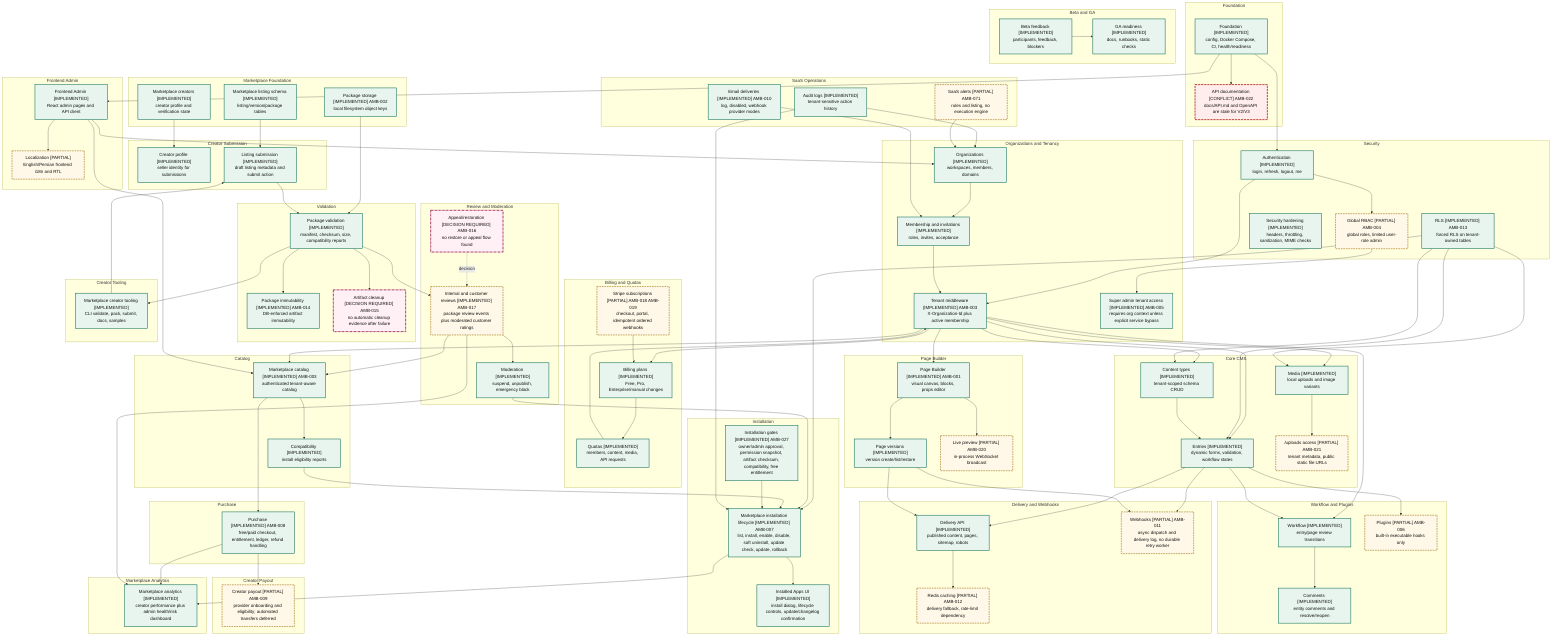
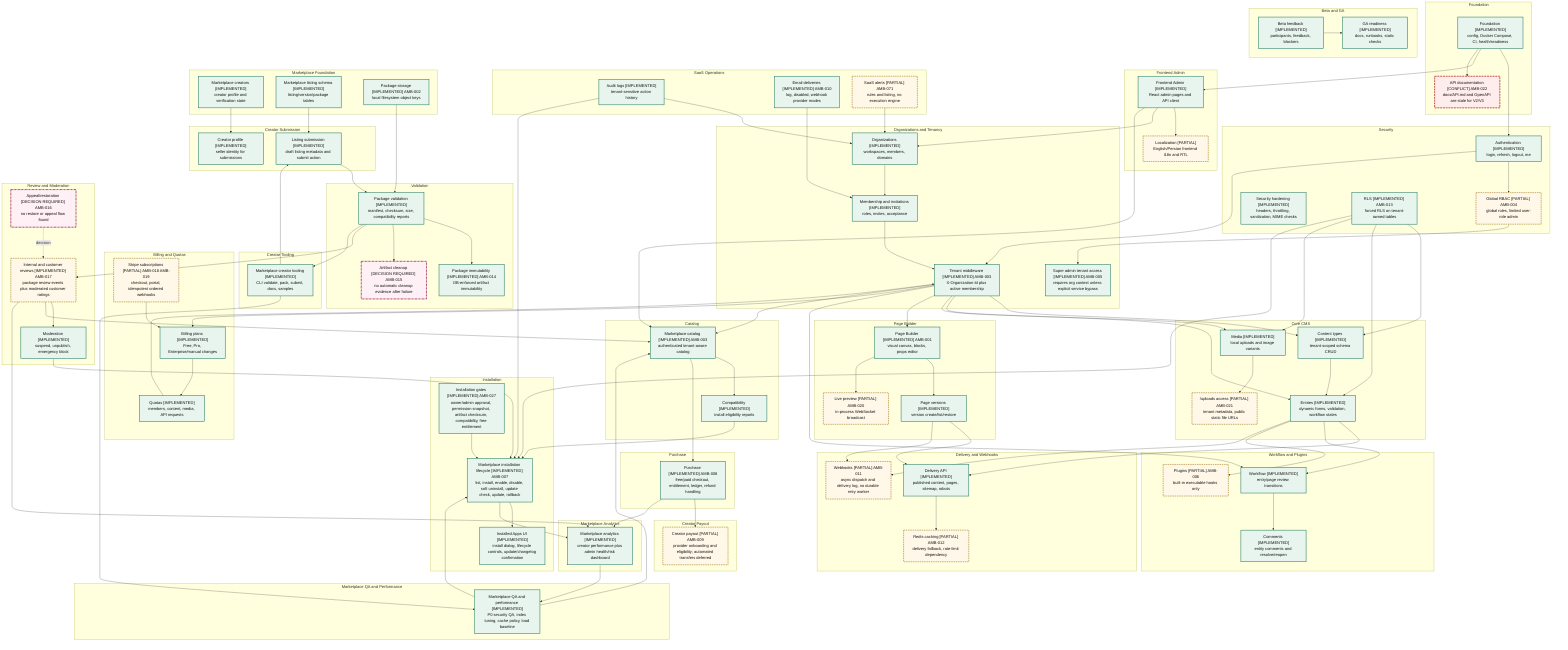
%% Evidence: docs/diagrams/REPOSITORY_INVENTORY.md
%% Evidence: docs/diagrams/ARCHITECTURE_AUDIT.md
%% Evidence: docs/diagrams/AMBIGUITIES.md
flowchart TD
  subgraph foundation_group["Foundation"]
    foundation["Foundation [IMPLEMENTED]<br/>config, Docker Compose, CI, health/readiness"]
    api_docs["API documentation [CONFLICT] AMB-022<br/>docs/API.md and OpenAPI are stale for V2/V3"]
  end

  subgraph core_cms_group["Core CMS"]
    content_types["Content types [IMPLEMENTED]<br/>tenant-scoped schema CRUD"]
    entries["Entries [IMPLEMENTED]<br/>dynamic forms, validation, workflow states"]
    media["Media [IMPLEMENTED]<br/>local uploads and image variants"]
    uploads_access["/uploads access [PARTIAL] AMB-021<br/>tenant metadata, public static file URLs"]
  end

  subgraph page_builder_group["Page Builder"]
    page_builder["Page Builder [IMPLEMENTED] AMB-001<br/>visual canvas, blocks, props editor"]
    page_versions["Page versions [IMPLEMENTED]<br/>version create/list/restore"]
    live_preview["Live preview [PARTIAL] AMB-020<br/>in-process WebSocket broadcast"]
  end

  subgraph delivery_webhooks_group["Delivery and Webhooks"]
    delivery_api["Delivery API [IMPLEMENTED]<br/>published content, pages, sitemap, robots"]
    redis_cache["Redis caching [PARTIAL] AMB-012<br/>delivery fallback, rate-limit dependency"]
    webhooks["Webhooks [PARTIAL] AMB-011<br/>async dispatch and delivery log, no durable retry worker"]
  end

  subgraph workflow_plugins_group["Workflow and Plugins"]
    workflow["Workflow [IMPLEMENTED]<br/>entry/page review transitions"]
    comments["Comments [IMPLEMENTED]<br/>entity comments and resolve/reopen"]
    plugins["Plugins [PARTIAL] AMB-006<br/>built-in executable hooks only"]
  end

  subgraph security_group["Security"]
    auth["Authentication [IMPLEMENTED]<br/>login, refresh, logout, me"]
    global_rbac["Global RBAC [PARTIAL] AMB-004<br/>global roles, limited user-role admin"]
    security_hardening["Security hardening [IMPLEMENTED]<br/>headers, throttling, sanitization, MIME checks"]
    rls["RLS [IMPLEMENTED] AMB-013<br/>forced RLS on tenant-owned tables"]
  end

  subgraph frontend_group["Frontend Admin"]
    frontend_admin["Frontend Admin [IMPLEMENTED]<br/>React admin pages and API client"]
    localization["Localization [PARTIAL]<br/>English/Persian frontend i18n and RTL"]
  end

  subgraph tenancy_group["Organizations and Tenancy"]
    organizations["Organizations [IMPLEMENTED]<br/>workspaces, members, domains"]
    memberships["Membership and invitations [IMPLEMENTED]<br/>roles, invites, acceptance"]
    tenant_middleware["Tenant middleware [IMPLEMENTED] AMB-003<br/>X-Organization-Id plus active membership"]
    super_admin["Super admin tenant access [IMPLEMENTED] AMB-005<br/>requires org context unless explicit service bypass"]
  end

  subgraph billing_group["Billing and Quotas"]
    billing_plans["Billing plans [IMPLEMENTED]<br/>Free, Pro, Enterprise/manual changes"]
    stripe_subscriptions["Stripe subscriptions [PARTIAL] AMB-018 AMB-019<br/>checkout, portal, idempotent ordered webhooks"]
    quotas["Quotas [IMPLEMENTED]<br/>members, content, media, API requests"]
  end

  subgraph saas_ops_group["SaaS Operations"]
    audit_logs["Audit logs [IMPLEMENTED]<br/>tenant-sensitive action history"]
    email_deliveries["Email deliveries [IMPLEMENTED] AMB-010<br/>log, disabled, webhook provider modes"]
    saas_alerts["SaaS alerts [PARTIAL] AMB-071<br/>rules and listing, no execution engine"]
  end

  subgraph beta_ga_group["Beta and GA"]
    beta_feedback["Beta feedback [IMPLEMENTED]<br/>participants, feedback, blockers"]
    ga_readiness["GA readiness [IMPLEMENTED]<br/>docs, runbooks, static checks"]
  end

  subgraph marketplace_foundation_group["Marketplace Foundation"]
    marketplace_creators["Marketplace creators [IMPLEMENTED]<br/>creator profile and verification state"]
    marketplace_listing_schema["Marketplace listing schema [IMPLEMENTED]<br/>listing/version/package tables"]
    marketplace_storage["Package storage [IMPLEMENTED] AMB-002<br/>local filesystem object keys"]
  end

  subgraph creator_submission_group["Creator Submission"]
    creator_profile["Creator profile [IMPLEMENTED]<br/>seller identity for submissions"]
    listing_submission["Listing submission [IMPLEMENTED]<br/>draft listing metadata and submit action"]
  end

  subgraph validation_group["Validation"]
    package_validation["Package validation [IMPLEMENTED]<br/>manifest, checksum, size, compatibility reports"]
    package_immutability["Package immutability [IMPLEMENTED] AMB-014<br/>DB-enforced artifact immutability"]
    artifact_cleanup["Artifact cleanup [DECISION REQUIRED] AMB-015<br/>no automatic cleanup evidence after failure"]
  end

  subgraph review_group["Review and Moderation"]
    internal_review["Internal and customer reviews [IMPLEMENTED] AMB-017<br/>package review events plus moderated customer ratings"]
    moderation["Moderation [IMPLEMENTED]<br/>suspend, unpublish, emergency block"]
    review_restoration["Appeal/restoration [DECISION REQUIRED] AMB-016<br/>no restore or appeal flow found"]
  end

  subgraph catalog_group["Catalog"]
    catalog["Marketplace catalog [IMPLEMENTED] AMB-003<br/>authenticated tenant-aware catalog"]
    compatibility["Compatibility [IMPLEMENTED]<br/>install eligibility reports"]
  end

  subgraph installation_group["Installation"]
    installation["Marketplace installation lifecycle [IMPLEMENTED] AMB-007<br/>list, install, enable, disable, soft uninstall, update check, update, rollback"]
    installation_gates["Installation gates [IMPLEMENTED] AMB-027<br/>owner/admin approval, permission snapshot, artifact checksum, compatibility, free entitlement"]
    installation_ui["Installed Apps UI [IMPLEMENTED]<br/>install dialog, lifecycle controls, update/changelog confirmation"]
  end

  subgraph purchase_group["Purchase"]
    purchase["Purchase [IMPLEMENTED] AMB-008<br/>free/paid checkout, entitlement, ledger, refund handling"]
  end

  subgraph payout_group["Creator Payout"]
    payout["Creator payout [PARTIAL] AMB-009<br/>provider onboarding and eligibility; automated transfers deferred"]
  end

  subgraph analytics_group["Marketplace Analytics"]
    analytics["Marketplace analytics [IMPLEMENTED]<br/>creator performance plus admin health/risk dashboard"]
  end

  subgraph creator_tooling_group["Creator Tooling"]
    creator_tooling["Marketplace creator tooling [IMPLEMENTED]<br/>CLI validate, pack, submit, docs, samples"]
+   end
+ 
+   subgraph qa_performance_group["Marketplace QA and Performance"]
+     qa_performance["Marketplace QA and performance [IMPLEMENTED]<br/>P0 security QA, index tuning, cache policy, load baseline"]
  end

  foundation --> auth
  foundation --> frontend_admin
  foundation --> api_docs
  auth --> global_rbac
  auth --> tenant_middleware
  organizations --> memberships
  memberships --> tenant_middleware
  global_rbac --> super_admin
  tenant_middleware --> content_types
  tenant_middleware --> entries
  tenant_middleware --> media
  tenant_middleware --> page_builder
  tenant_middleware --> workflow
  tenant_middleware --> billing_plans
  tenant_middleware --> catalog
  rls --> content_types
  rls --> entries
  rls --> media
  rls --> installation
  content_types --> entries
  media --> uploads_access
  page_builder --> page_versions
  page_builder --> live_preview
  entries --> delivery_api
  page_versions --> delivery_api
  delivery_api --> redis_cache
  entries --> workflow
  workflow --> comments
  entries --> plugins
  entries --> webhooks
  page_versions --> webhooks
  frontend_admin --> localization
  frontend_admin --> organizations
  frontend_admin --> catalog
  billing_plans --> quotas
  stripe_subscriptions --> billing_plans
  quotas --> tenant_middleware
  audit_logs --> organizations
  email_deliveries --> memberships
  saas_alerts --> organizations
  beta_feedback --> ga_readiness
  marketplace_creators --> creator_profile
  marketplace_listing_schema --> listing_submission
  marketplace_storage --> package_validation
  listing_submission --> package_validation
  package_validation --> package_immutability
  package_validation --> artifact_cleanup
  package_validation --> internal_review
  internal_review --> moderation
  moderation --> installation
  internal_review --> catalog
  review_restoration -. decision .-> internal_review
  catalog --> compatibility
  compatibility --> installation
  installation_gates --> installation
  installation --> installation_ui
  audit_logs --> installation
  catalog --> purchase
  purchase --> payout
  purchase --> analytics
  installation --> analytics
  internal_review --> analytics
  package_validation --> creator_tooling
  creator_tooling --> listing_submission
- 
-   class foundation,content_types,entries,media,page_builder,page_versions,delivery_api,workflow,comments,auth,security_hardening,rls,frontend_admin,organizations,memberships,tenant_middleware,super_admin,billing_plans,quotas,audit_logs,email_deliveries,beta_feedback,ga_readiness,marketplace_creators,marketplace_listing_schema,marketplace_storage,creator_profile,listing_submission,package_validation,package_immutability,moderation,catalog,compatibility,installation,installation_gates,installation_ui,purchase,analytics,creator_tooling implemented
+   creator_tooling --> qa_performance
+   analytics --> qa_performance
+   qa_performance --> catalog
+   qa_performance --> installation
+ 
+   class foundation,content_types,entries,media,page_builder,page_versions,delivery_api,workflow,comments,auth,security_hardening,rls,frontend_admin,organizations,memberships,tenant_middleware,super_admin,billing_plans,quotas,audit_logs,email_deliveries,beta_feedback,ga_readiness,marketplace_creators,marketplace_listing_schema,marketplace_storage,creator_profile,listing_submission,package_validation,package_immutability,moderation,catalog,compatibility,installation,installation_gates,installation_ui,purchase,analytics,creator_tooling,qa_performance implemented
  class global_rbac,uploads_access,live_preview,redis_cache,webhooks,plugins,localization,stripe_subscriptions,saas_alerts,internal_review,payout partial
  class api_docs conflict
  class artifact_cleanup,review_restoration decision
  classDef implemented fill:#e8f5ee,stroke:#17745b,stroke-width:2px,color:#111
  classDef partial fill:#fff8e8,stroke:#9a6500,stroke-width:2px,stroke-dasharray: 6 3,color:#111
  classDef planned fill:#f4f4f4,stroke:#666,stroke-width:2px,stroke-dasharray: 2 4,color:#111
  classDef conflict fill:#ffecec,stroke:#b3261e,stroke-width:3px,stroke-dasharray: 8 3,color:#111
  classDef decision fill:#fff0f6,stroke:#9b1b5a,stroke-width:3px,stroke-dasharray: 8 2 2 2,color:#111
